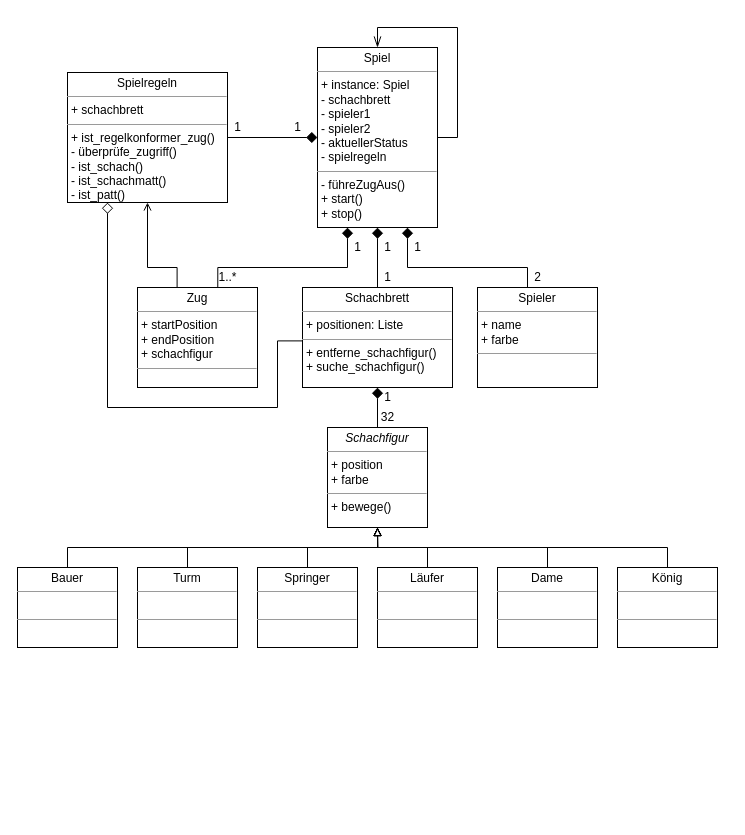
Before: docu/Schach_2.drawio in tobiasknode/chess, a draw.io diagram. Source tidied: cells renumbered, new cells numbered last; positions are measured from the earlier drawing's top-left corner, leaving out a move shared by most shapes. Both pictures are drawn from the tidied source at 100%, with x=0, y=0 at pixel (17, 27).
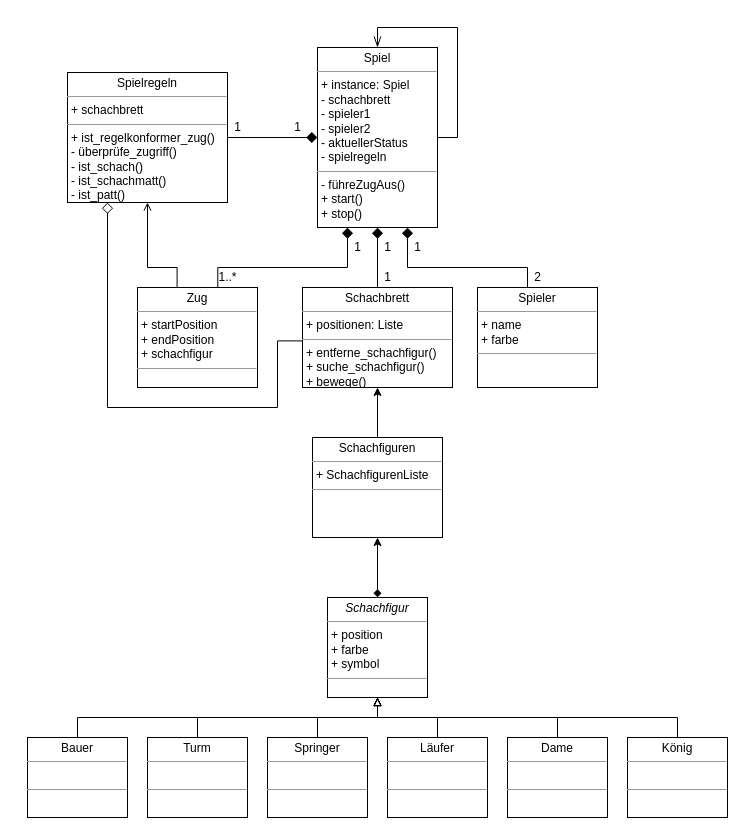
The same diagram, later.

The edit, as a diff of the source:
```diff
@@
-    <mxCell id="5" style="edgeStyle=orthogonalEdgeStyle;rounded=0;jettySize=auto;html=1;entryX=0.5;entryY=1;entryDx=0;entryDy=0;endArrow=diamond;endFill=1;endSize=9;" parent="1" edge="1" source="6" target="21">
-      <mxGeometry relative="1" as="geometry" />
-    </mxCell>
+    <mxCell id="38" style="edgeStyle=orthogonalEdgeStyle;rounded=0;jettySize=auto;html=1;startArrow=diamond;startFill=1;" parent="1" edge="1" source="6" target="40">
+      <mxGeometry relative="1" as="geometry" />
+    </mxCell>
-    <mxCell id="6" value="&lt;p style=&quot;margin:0px;margin-top:4px;text-align:center;&quot;&gt;&lt;i&gt;Schachfigur&lt;/i&gt;&lt;/p&gt;&lt;hr size=&quot;1&quot;&gt;&lt;p style=&quot;margin:0px;margin-left:4px;&quot;&gt;+ position&lt;/p&gt;&lt;p style=&quot;margin:0px;margin-left:4px;&quot;&gt;+ farbe&lt;/p&gt;&lt;hr size=&quot;1&quot;&gt;&lt;p style=&quot;margin:0px;margin-left:4px;&quot;&gt;+ bewege()&lt;br&gt;&lt;/p&gt;" style="verticalAlign=top;align=left;overflow=fill;fontSize=12;fontFamily=Helvetica;html=1;rounded=0;shadow=0;comic=0;labelBackgroundColor=none;strokeWidth=1;" parent="1" vertex="1">
-      <mxGeometry x="310" y="400" width="100" height="100" as="geometry" />
+    <mxCell id="6" value="&lt;p style=&quot;margin:0px;margin-top:4px;text-align:center;&quot;&gt;&lt;i&gt;Schachfigur&lt;/i&gt;&lt;/p&gt;&lt;hr size=&quot;1&quot;&gt;&lt;p style=&quot;margin:0px;margin-left:4px;&quot;&gt;+ position&lt;/p&gt;&lt;p style=&quot;margin:0px;margin-left:4px;&quot;&gt;+ farbe&lt;/p&gt;&lt;p style=&quot;margin:0px;margin-left:4px;&quot;&gt;+ symbol&lt;/p&gt;&lt;hr size=&quot;1&quot;&gt;&lt;p style=&quot;margin:0px;margin-left:4px;&quot;&gt;&lt;br&gt;&lt;/p&gt;" style="verticalAlign=top;align=left;overflow=fill;fontSize=12;fontFamily=Helvetica;html=1;rounded=0;shadow=0;comic=0;labelBackgroundColor=none;strokeWidth=1;" parent="1" vertex="1">
+      <mxGeometry x="310" y="570" width="100" height="100" as="geometry" />
     </mxCell>
     <mxCell id="7" style="edgeStyle=orthogonalEdgeStyle;rounded=0;jettySize=auto;html=1;endArrow=block;endFill=0;entryX=0.5;entryY=1;entryDx=0;entryDy=0;" parent="1" edge="1" source="8" target="6">
       <mxGeometry relative="1" as="geometry">
         <Array as="points">
-          <mxPoint x="50" y="520" />
-          <mxPoint x="360" y="520" />
+          <mxPoint x="60" y="690" />
+          <mxPoint x="360" y="690" />
         </Array>
       </mxGeometry>
     </mxCell>
     <mxCell id="8" value="&lt;p style=&quot;margin:0px;margin-top:4px;text-align:center;&quot;&gt;Bauer&lt;/p&gt;&lt;hr size=&quot;1&quot;&gt;&lt;p style=&quot;margin:0px;margin-left:4px;&quot;&gt;&lt;br&gt;&lt;/p&gt;&lt;hr size=&quot;1&quot;&gt;&lt;p style=&quot;margin:0px;margin-left:4px;&quot;&gt;&lt;br&gt;&lt;/p&gt;" style="verticalAlign=top;align=left;overflow=fill;fontSize=12;fontFamily=Helvetica;html=1;rounded=0;shadow=0;comic=0;labelBackgroundColor=none;strokeWidth=1;" parent="1" vertex="1">
-      <mxGeometry y="540" width="100" height="80" as="geometry" />
+      <mxGeometry x="10" y="710" width="100" height="80" as="geometry" />
     </mxCell>
     <mxCell id="9" style="edgeStyle=orthogonalEdgeStyle;rounded=0;jettySize=auto;html=1;entryX=0.5;entryY=1;entryDx=0;entryDy=0;endArrow=block;endFill=0;" parent="1" edge="1" source="10" target="6">
       <mxGeometry relative="1" as="geometry">
         <Array as="points">
-          <mxPoint x="170" y="520" />
-          <mxPoint x="360" y="520" />
+          <mxPoint x="180" y="690" />
+          <mxPoint x="360" y="690" />
         </Array>
       </mxGeometry>
     </mxCell>
     <mxCell id="10" value="&lt;p style=&quot;margin:0px;margin-top:4px;text-align:center;&quot;&gt;Turm&lt;/p&gt;&lt;hr size=&quot;1&quot;&gt;&lt;p style=&quot;margin:0px;margin-left:4px;&quot;&gt;&lt;br&gt;&lt;/p&gt;&lt;hr size=&quot;1&quot;&gt;&lt;p style=&quot;margin:0px;margin-left:4px;&quot;&gt;&lt;br&gt;&lt;/p&gt;" style="verticalAlign=top;align=left;overflow=fill;fontSize=12;fontFamily=Helvetica;html=1;rounded=0;shadow=0;comic=0;labelBackgroundColor=none;strokeWidth=1;" parent="1" vertex="1">
-      <mxGeometry x="120" y="540" width="100" height="80" as="geometry" />
+      <mxGeometry x="130" y="710" width="100" height="80" as="geometry" />
     </mxCell>
-    <mxCell id="11" style="edgeStyle=orthogonalEdgeStyle;rounded=0;jettySize=auto;html=1;endArrow=block;endFill=0;" parent="1" edge="1" source="12">
+    <mxCell id="11" style="edgeStyle=orthogonalEdgeStyle;rounded=0;jettySize=auto;html=1;endArrow=block;endFill=0;entryX=0.5;entryY=1;entryDx=0;entryDy=0;" parent="1" edge="1" source="12" target="6">
       <mxGeometry relative="1" as="geometry">
-        <mxPoint x="360" y="500" as="targetPoint" />
         <Array as="points">
-          <mxPoint x="290" y="520" />
-          <mxPoint x="360" y="520" />
+          <mxPoint x="300" y="690" />
+          <mxPoint x="360" y="690" />
         </Array>
       </mxGeometry>
     </mxCell>
     <mxCell id="12" value="&lt;p style=&quot;margin:0px;margin-top:4px;text-align:center;&quot;&gt;Springer&lt;/p&gt;&lt;hr size=&quot;1&quot;&gt;&lt;p style=&quot;margin:0px;margin-left:4px;&quot;&gt;&lt;br&gt;&lt;/p&gt;&lt;hr size=&quot;1&quot;&gt;&lt;p style=&quot;margin:0px;margin-left:4px;&quot;&gt;&lt;br&gt;&lt;/p&gt;" style="verticalAlign=top;align=left;overflow=fill;fontSize=12;fontFamily=Helvetica;html=1;rounded=0;shadow=0;comic=0;labelBackgroundColor=none;strokeWidth=1;" parent="1" vertex="1">
-      <mxGeometry x="240" y="540" width="100" height="80" as="geometry" />
+      <mxGeometry x="250" y="710" width="100" height="80" as="geometry" />
     </mxCell>
     <mxCell id="13" style="edgeStyle=orthogonalEdgeStyle;rounded=0;jettySize=auto;html=1;endArrow=block;endFill=0;" parent="1" edge="1" source="14">
       <mxGeometry relative="1" as="geometry">
-        <mxPoint x="360" y="500" as="targetPoint" />
+        <mxPoint x="360" y="670" as="targetPoint" />
+        <Array as="points">
+          <mxPoint x="420" y="690" />
+          <mxPoint x="360" y="690" />
+          <mxPoint x="360" y="670" />
+        </Array>
       </mxGeometry>
     </mxCell>
     <mxCell id="14" value="&lt;p style=&quot;margin:0px;margin-top:4px;text-align:center;&quot;&gt;Läufer&lt;/p&gt;&lt;hr size=&quot;1&quot;&gt;&lt;p style=&quot;margin:0px;margin-left:4px;&quot;&gt;&lt;br&gt;&lt;/p&gt;&lt;hr size=&quot;1&quot;&gt;&lt;p style=&quot;margin:0px;margin-left:4px;&quot;&gt;&lt;br&gt;&lt;/p&gt;" style="verticalAlign=top;align=left;overflow=fill;fontSize=12;fontFamily=Helvetica;html=1;rounded=0;shadow=0;comic=0;labelBackgroundColor=none;strokeWidth=1;" parent="1" vertex="1">
-      <mxGeometry x="360" y="540" width="100" height="80" as="geometry" />
+      <mxGeometry x="370" y="710" width="100" height="80" as="geometry" />
     </mxCell>
     <mxCell id="15" style="edgeStyle=orthogonalEdgeStyle;rounded=0;jettySize=auto;html=1;endArrow=block;endFill=0;" parent="1" edge="1" source="16">
       <mxGeometry relative="1" as="geometry">
-        <mxPoint x="360" y="500" as="targetPoint" />
+        <mxPoint x="360" y="670" as="targetPoint" />
         <Array as="points">
-          <mxPoint x="530" y="520" />
-          <mxPoint x="360" y="520" />
+          <mxPoint x="540" y="690" />
+          <mxPoint x="360" y="690" />
+          <mxPoint x="360" y="670" />
         </Array>
       </mxGeometry>
     </mxCell>
     <mxCell id="16" value="&lt;p style=&quot;margin:0px;margin-top:4px;text-align:center;&quot;&gt;Dame&lt;/p&gt;&lt;hr size=&quot;1&quot;&gt;&lt;p style=&quot;margin:0px;margin-left:4px;&quot;&gt;&lt;br&gt;&lt;/p&gt;&lt;hr size=&quot;1&quot;&gt;&lt;p style=&quot;margin:0px;margin-left:4px;&quot;&gt;&lt;br&gt;&lt;/p&gt;" style="verticalAlign=top;align=left;overflow=fill;fontSize=12;fontFamily=Helvetica;html=1;rounded=0;shadow=0;comic=0;labelBackgroundColor=none;strokeWidth=1;" parent="1" vertex="1">
-      <mxGeometry x="480" y="540" width="100" height="80" as="geometry" />
+      <mxGeometry x="490" y="710" width="100" height="80" as="geometry" />
     </mxCell>
     <mxCell id="17" style="edgeStyle=orthogonalEdgeStyle;rounded=0;jettySize=auto;html=1;entryX=0.5;entryY=1;entryDx=0;entryDy=0;endArrow=block;endFill=0;" parent="1" edge="1" source="18" target="6">
       <mxGeometry relative="1" as="geometry">
         <Array as="points">
-          <mxPoint x="650" y="520" />
-          <mxPoint x="360" y="520" />
+          <mxPoint x="660" y="690" />
+          <mxPoint x="360" y="690" />
         </Array>
       </mxGeometry>
     </mxCell>
     <mxCell id="18" value="&lt;p style=&quot;margin:0px;margin-top:4px;text-align:center;&quot;&gt;König&lt;/p&gt;&lt;hr size=&quot;1&quot;&gt;&lt;p style=&quot;margin:0px;margin-left:4px;&quot;&gt;&lt;br&gt;&lt;/p&gt;&lt;hr size=&quot;1&quot;&gt;&lt;p style=&quot;margin:0px;margin-left:4px;&quot;&gt;&lt;br&gt;&lt;/p&gt;" style="verticalAlign=top;align=left;overflow=fill;fontSize=12;fontFamily=Helvetica;html=1;rounded=0;shadow=0;comic=0;labelBackgroundColor=none;strokeWidth=1;" parent="1" vertex="1">
-      <mxGeometry x="600" y="540" width="100" height="80" as="geometry" />
+      <mxGeometry x="610" y="710" width="100" height="80" as="geometry" />
     </mxCell>
@@
-    <mxCell id="21" value="&lt;p style=&quot;margin:0px;margin-top:4px;text-align:center;&quot;&gt;Schachbrett&lt;/p&gt;&lt;hr size=&quot;1&quot;&gt;&lt;p style=&quot;margin:0px;margin-left:4px;&quot;&gt;+ positionen: Liste&lt;/p&gt;&lt;hr size=&quot;1&quot;&gt;&lt;p style=&quot;margin:0px;margin-left:4px;&quot;&gt;+ entferne_schachfigur()&lt;/p&gt;&lt;p style=&quot;margin:0px;margin-left:4px;&quot;&gt;+ suche_schachfigur()&lt;/p&gt;" style="verticalAlign=top;align=left;overflow=fill;fontSize=12;fontFamily=Helvetica;html=1;rounded=0;shadow=0;comic=0;labelBackgroundColor=none;strokeWidth=1;" parent="1" vertex="1">
+    <mxCell id="21" value="&lt;p style=&quot;margin:0px;margin-top:4px;text-align:center;&quot;&gt;Schachbrett&lt;/p&gt;&lt;hr size=&quot;1&quot;&gt;&lt;p style=&quot;margin:0px;margin-left:4px;&quot;&gt;+ positionen: Liste&lt;/p&gt;&lt;hr size=&quot;1&quot;&gt;&lt;p style=&quot;margin:0px;margin-left:4px;&quot;&gt;+ entferne_schachfigur()&lt;/p&gt;&lt;p style=&quot;margin:0px;margin-left:4px;&quot;&gt;+ suche_schachfigur()&lt;/p&gt;&lt;p style=&quot;margin:0px;margin-left:4px;&quot;&gt;+ bewege()&lt;br&gt;&lt;/p&gt;" style="verticalAlign=top;align=left;overflow=fill;fontSize=12;fontFamily=Helvetica;html=1;rounded=0;shadow=0;comic=0;labelBackgroundColor=none;strokeWidth=1;" parent="1" vertex="1">
       <mxGeometry x="285" y="260" width="150" height="100" as="geometry" />
     </mxCell>
@@
-    <mxCell id="31" value="1" style="text;html=1;align=center;verticalAlign=middle;strokeColor=none;fillColor=none;" parent="1" vertex="1">
-      <mxGeometry x="360" y="360" width="20" height="20" as="geometry" />
-    </mxCell>
-    <mxCell id="32" value="32" style="text;html=1;align=center;verticalAlign=middle;strokeColor=none;fillColor=none;" parent="1" vertex="1">
-      <mxGeometry x="355" y="380" width="30" height="20" as="geometry" />
-    </mxCell>
@@
+    <mxCell id="39" style="edgeStyle=orthogonalEdgeStyle;rounded=0;jettySize=auto;html=1;" parent="1" edge="1" source="40" target="21">
+      <mxGeometry relative="1" as="geometry" />
+    </mxCell>
+    <mxCell id="40" value="&lt;p style=&quot;margin:0px;margin-top:4px;text-align:center;&quot;&gt;Schachfiguren&lt;/p&gt;&lt;hr size=&quot;1&quot;&gt;&lt;p style=&quot;margin:0px;margin-left:4px;&quot;&gt;+ SchachfigurenListe&lt;/p&gt;&lt;hr size=&quot;1&quot;&gt;&lt;p style=&quot;margin:0px;margin-left:4px;&quot;&gt;&lt;br&gt;&lt;/p&gt;" style="verticalAlign=top;align=left;overflow=fill;fontSize=12;fontFamily=Helvetica;html=1;rounded=0;shadow=0;comic=0;labelBackgroundColor=none;strokeWidth=1;" parent="1" vertex="1">
+      <mxGeometry x="295" y="410" width="130" height="100" as="geometry" />
+    </mxCell>
```
